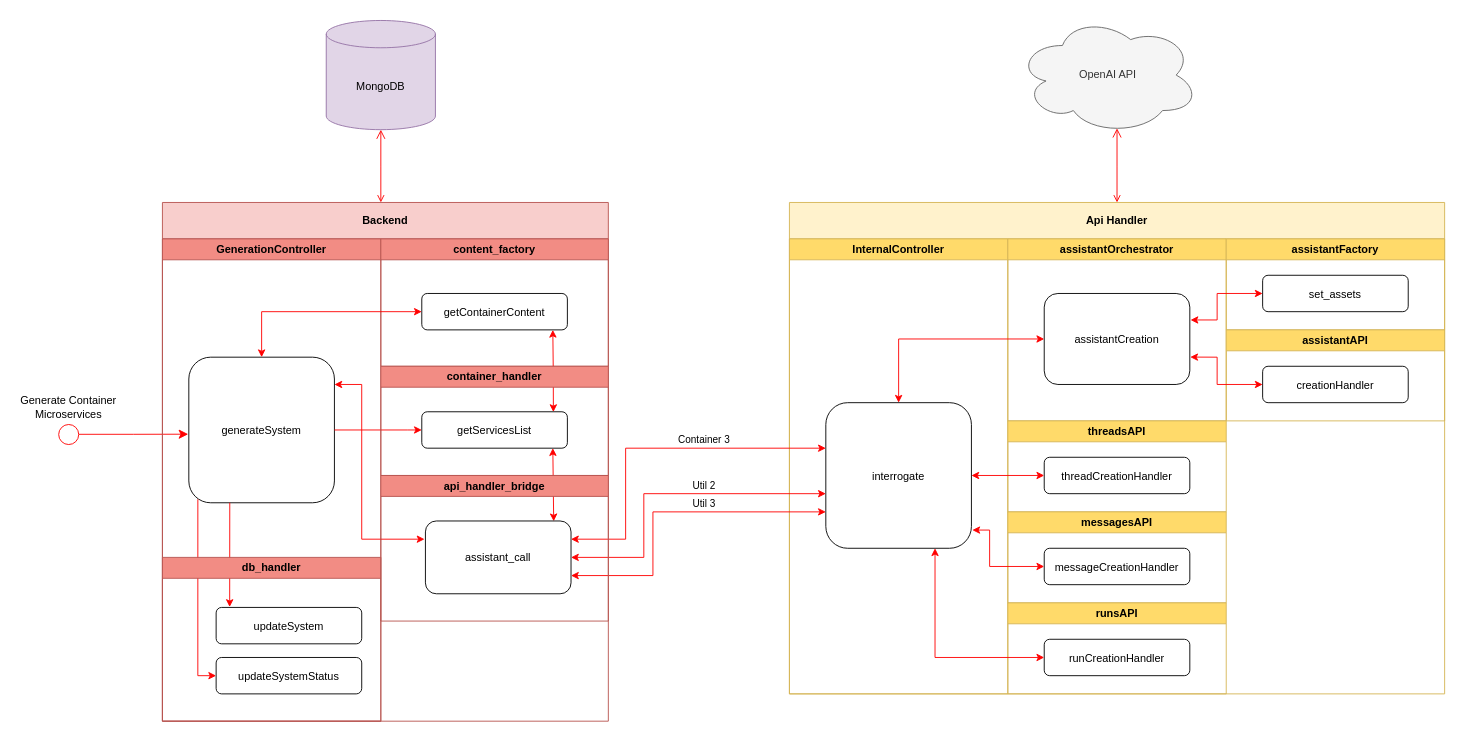
Earlier version of the draw.io diagram ArchiGPT/doc/GenerateContainer_Microservices.drawio (giovdellap/ArchiGPT). Source tidied: cells renumbered, new cells numbered last; positions are measured from the earlier drawing's top-left corner, leaving out a move shared by most shapes. Both pictures are drawn from the tidied source at 91%, with x=0, y=0 at pixel (15, 15).
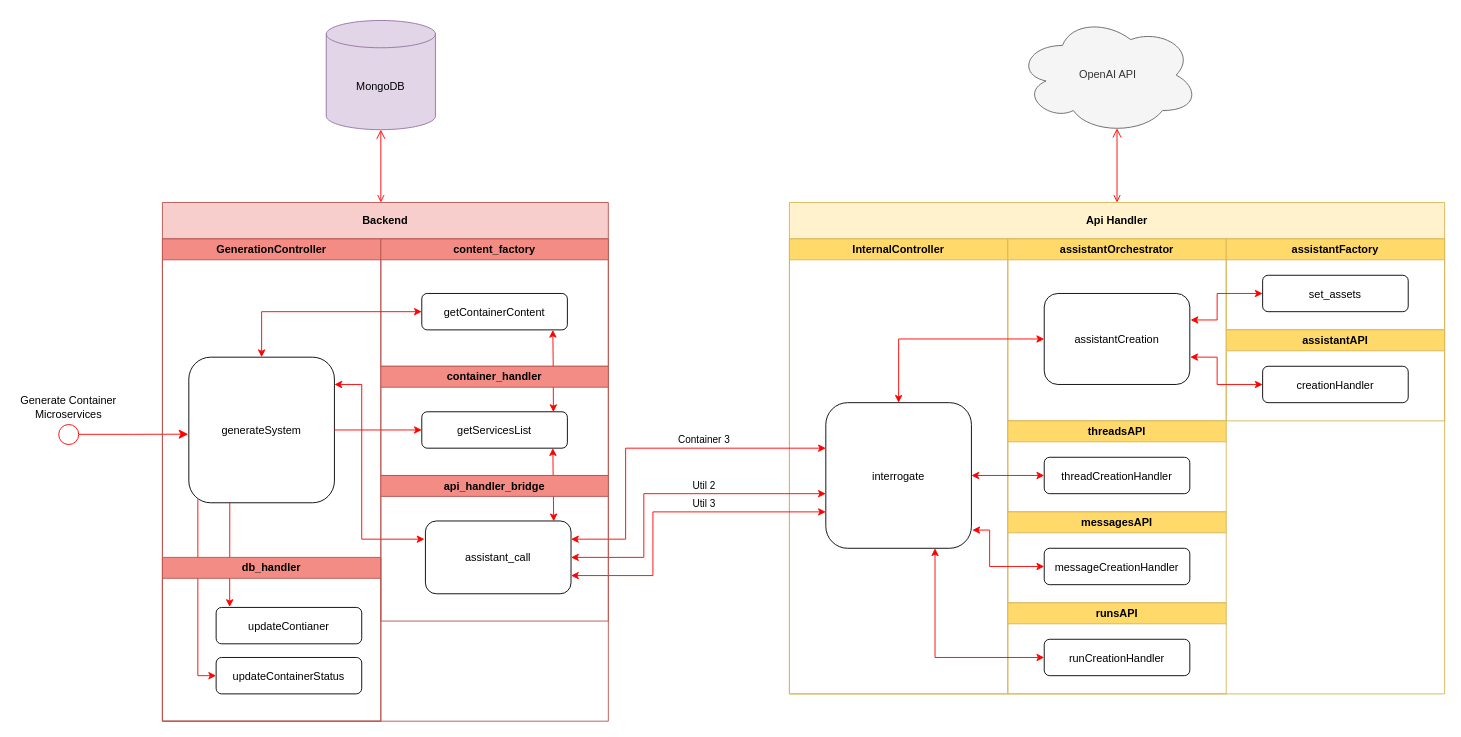
Above is the later version.

Unchanged cells that the change refers to:
```xml
<mxCell id="41" value="db_handler" style="swimlane;whiteSpace=wrap;html=1;fillColor=#f28c84;strokeColor=#b85450;rounded=0;" parent="37" vertex="1">
  <mxGeometry y="350" width="240" height="180" as="geometry" />
</mxCell>
```

Diff of the diagram source:
```diff
@@
-    <mxCell id="42" value="updateSystem" style="rounded=1;" parent="41" vertex="1">
+    <mxCell id="42" value="updateContianer" style="rounded=1;" parent="41" vertex="1">
       <mxGeometry x="59" y="55" width="160" height="40" as="geometry" />
     </mxCell>
-    <mxCell id="43" value="updateSystemStatus" style="rounded=1;" parent="41" vertex="1">
+    <mxCell id="43" value="updateContainerStatus" style="rounded=1;" parent="41" vertex="1">
       <mxGeometry x="59" y="110" width="160" height="40" as="geometry" />
     </mxCell>
```
